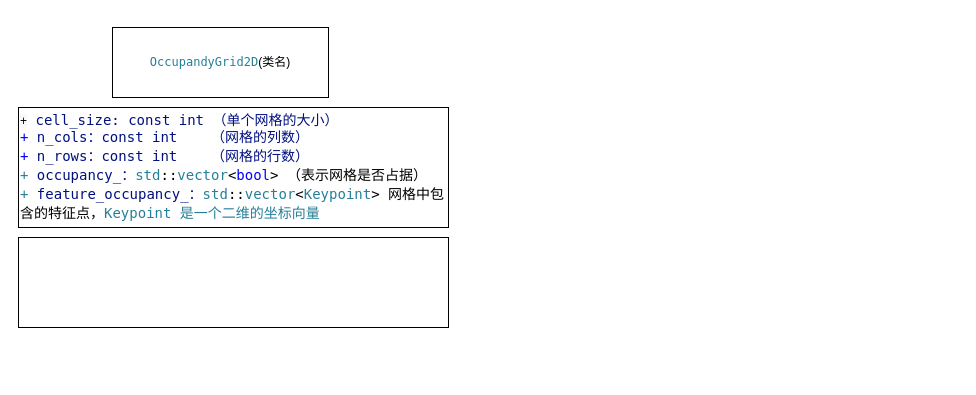
This is feature.drawio from Peter1qaz2wsx/flow_chart-, a draw.io file, before an edit. Source tidied: cells renumbered, new cells numbered last; positions are measured from the earlier drawing's top-left corner, leaving out a move shared by most shapes. Both pictures are drawn from the tidied source at 100%, with x=0, y=0 at pixel (18, 27).
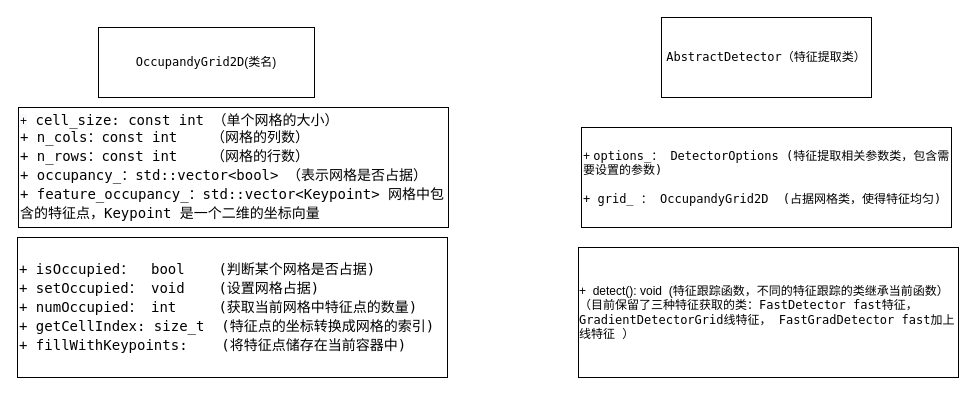
After the change.

Diff of the diagram source:
```diff
@@
 <mxGraphModel>
   <root>
     <mxCell id="0" />
     <mxCell id="1" parent="0" />
-    <mxCell id="2" value="&lt;font style=&quot;font-size: 12px;&quot;&gt;&lt;span style=&quot;color: rgb(38, 127, 153); background-color: rgb(255, 255, 255); font-family: &amp;quot;Droid Sans Mono&amp;quot;, &amp;quot;monospace&amp;quot;, monospace, &amp;quot;Droid Sans Fallback&amp;quot;;&quot;&gt;OccupandyGrid2D&lt;/span&gt;(类名)&lt;/font&gt;" style="rounded=0;whiteSpace=wrap;html=1;" parent="1" vertex="1">
-      <mxGeometry x="94" width="216" height="70" as="geometry" />
+    <mxCell id="2" value="&lt;font style=&quot;font-size: 12px;&quot;&gt;&lt;span style=&quot;background-color: rgb(255, 255, 255); font-family: &amp;quot;Droid Sans Mono&amp;quot;, &amp;quot;monospace&amp;quot;, monospace, &amp;quot;Droid Sans Fallback&amp;quot;;&quot;&gt;OccupandyGrid2D&lt;/span&gt;(类名)&lt;/font&gt;" style="rounded=0;whiteSpace=wrap;html=1;" parent="1" vertex="1">
+      <mxGeometry x="80" width="216" height="70" as="geometry" />
     </mxCell>
-    <mxCell id="3" value="&lt;div style=&quot;&quot;&gt;&lt;span style=&quot;background-color: rgb(248, 249, 250);&quot;&gt;+&lt;/span&gt;&lt;span style=&quot;background-color: rgb(255, 255, 255); font-family: &amp;quot;Droid Sans Mono&amp;quot;, &amp;quot;monospace&amp;quot;, monospace, &amp;quot;Droid Sans Fallback&amp;quot;; font-size: 14px;&quot;&gt;&amp;nbsp;&lt;/span&gt;&lt;span style=&quot;background-color: rgb(255, 255, 255); font-family: &amp;quot;Droid Sans Mono&amp;quot;, &amp;quot;monospace&amp;quot;, monospace, &amp;quot;Droid Sans Fallback&amp;quot;; font-size: 14px; color: rgb(0, 16, 128);&quot;&gt;cell_size: const int （单个网格的大小）&amp;nbsp;&lt;/span&gt;&lt;span style=&quot;background-color: rgb(255, 255, 255); font-family: &amp;quot;Droid Sans Mono&amp;quot;, &amp;quot;monospace&amp;quot;, monospace, &amp;quot;Droid Sans Fallback&amp;quot;; font-size: 14px;&quot;&gt;&amp;nbsp;&lt;/span&gt;&lt;/div&gt;&lt;div style=&quot;background-color: rgb(255, 255, 255); font-family: &amp;quot;Droid Sans Mono&amp;quot;, &amp;quot;monospace&amp;quot;, monospace, &amp;quot;Droid Sans Fallback&amp;quot;; font-size: 14px; line-height: 19px;&quot;&gt;&lt;div&gt;&lt;span style=&quot;color: #0000ff;&quot;&gt;+&amp;nbsp;&lt;/span&gt;&lt;span style=&quot;color: #001080;&quot;&gt;n_cols：&lt;/span&gt;&lt;span style=&quot;color: rgb(0, 16, 128);&quot;&gt;const int&amp;nbsp; &amp;nbsp; &lt;/span&gt;&lt;span style=&quot;color: rgb(0, 16, 128);&quot;&gt;（网格的列数）&amp;nbsp;&lt;/span&gt;&lt;/div&gt;&lt;div&gt;&lt;span style=&quot;color: #0000ff;&quot;&gt;+ &lt;/span&gt;&lt;span style=&quot;color: #001080;&quot;&gt;n_rows：&lt;/span&gt;&lt;span style=&quot;color: rgb(0, 16, 128);&quot;&gt;const int&amp;nbsp; &amp;nbsp;&amp;nbsp;&lt;/span&gt;&lt;span style=&quot;color: rgb(0, 16, 128);&quot;&gt;（网格的行数）&amp;nbsp;&lt;/span&gt;&lt;/div&gt;&lt;div&gt;&lt;span style=&quot;color: #267f99;&quot;&gt;+&amp;nbsp;&lt;/span&gt;&lt;span style=&quot;color: #001080;&quot;&gt;occupancy_：&lt;/span&gt;&lt;span style=&quot;color: rgb(38, 127, 153);&quot;&gt;std&lt;/span&gt;&lt;span style=&quot;&quot;&gt;::&lt;/span&gt;&lt;span style=&quot;color: rgb(38, 127, 153);&quot;&gt;vector&lt;/span&gt;&lt;span style=&quot;&quot;&gt;&amp;lt;&lt;/span&gt;&lt;span style=&quot;color: rgb(0, 0, 255);&quot;&gt;bool&lt;/span&gt;&lt;span style=&quot;&quot;&gt;&amp;gt; （表示网格是否占据）&lt;/span&gt;&lt;/div&gt;&lt;div&gt;&lt;span style=&quot;color: #267f99;&quot;&gt;+&amp;nbsp;&lt;/span&gt;&lt;span style=&quot;color: #001080;&quot;&gt;feature_occupancy_：&lt;/span&gt;&lt;span style=&quot;color: rgb(38, 127, 153);&quot;&gt;std&lt;/span&gt;&lt;span style=&quot;&quot;&gt;::&lt;/span&gt;&lt;span style=&quot;color: rgb(38, 127, 153);&quot;&gt;vector&lt;/span&gt;&lt;span style=&quot;&quot;&gt;&amp;lt;&lt;/span&gt;&lt;span style=&quot;color: rgb(38, 127, 153);&quot;&gt;Keypoint&lt;/span&gt;&lt;span style=&quot;&quot;&gt;&amp;gt; 网格中包&lt;span style=&quot;&quot;&gt; &lt;/span&gt;&lt;span style=&quot;&quot;&gt; &lt;/span&gt;&lt;span style=&quot;&quot;&gt; &lt;/span&gt;含的特征点，&lt;/span&gt;&lt;span style=&quot;color: rgb(38, 127, 153);&quot;&gt;Keypoint 是一个二维的坐标向量&lt;/span&gt;&lt;/div&gt;&lt;/div&gt;" style="rounded=0;whiteSpace=wrap;html=1;align=left;" parent="1" vertex="1">
+    <mxCell id="3" value="&lt;div style=&quot;&quot;&gt;&lt;span style=&quot;background-color: rgb(248, 249, 250);&quot;&gt;+&lt;/span&gt;&lt;span style=&quot;background-color: rgb(255, 255, 255); font-family: &amp;quot;Droid Sans Mono&amp;quot;, &amp;quot;monospace&amp;quot;, monospace, &amp;quot;Droid Sans Fallback&amp;quot;; font-size: 14px;&quot;&gt;&amp;nbsp;&lt;/span&gt;&lt;span style=&quot;background-color: rgb(255, 255, 255); font-family: &amp;quot;Droid Sans Mono&amp;quot;, &amp;quot;monospace&amp;quot;, monospace, &amp;quot;Droid Sans Fallback&amp;quot;; font-size: 14px;&quot;&gt;cell_size: const int （单个网格的大小）&amp;nbsp;&lt;/span&gt;&lt;span style=&quot;background-color: rgb(255, 255, 255); font-family: &amp;quot;Droid Sans Mono&amp;quot;, &amp;quot;monospace&amp;quot;, monospace, &amp;quot;Droid Sans Fallback&amp;quot;; font-size: 14px;&quot;&gt;&amp;nbsp;&lt;/span&gt;&lt;/div&gt;&lt;div style=&quot;background-color: rgb(255, 255, 255); font-family: &amp;quot;Droid Sans Mono&amp;quot;, &amp;quot;monospace&amp;quot;, monospace, &amp;quot;Droid Sans Fallback&amp;quot;; font-size: 14px; line-height: 19px;&quot;&gt;&lt;div&gt;+&amp;nbsp;n_cols：const int&amp;nbsp; &amp;nbsp; （网格的列数）&amp;nbsp;&lt;/div&gt;&lt;div&gt;+ n_rows：const int&amp;nbsp; &amp;nbsp;&amp;nbsp;（网格的行数）&amp;nbsp;&lt;/div&gt;&lt;div&gt;+&amp;nbsp;occupancy_：std&lt;span style=&quot;&quot;&gt;::&lt;/span&gt;vector&lt;span style=&quot;&quot;&gt;&amp;lt;&lt;/span&gt;bool&lt;span style=&quot;&quot;&gt;&amp;gt; （表示网格是否占据）&lt;/span&gt;&lt;/div&gt;&lt;div&gt;+&amp;nbsp;feature_occupancy_：std&lt;span style=&quot;&quot;&gt;::&lt;/span&gt;vector&lt;span style=&quot;&quot;&gt;&amp;lt;&lt;/span&gt;Keypoint&lt;span style=&quot;&quot;&gt;&amp;gt; 网格中包&lt;span style=&quot;&quot;&gt; &lt;/span&gt;&lt;span style=&quot;&quot;&gt; &lt;/span&gt;&lt;span style=&quot;&quot;&gt; &lt;/span&gt;含的特征点，&lt;/span&gt;Keypoint 是一个二维的坐标向量&lt;/div&gt;&lt;/div&gt;" style="rounded=0;whiteSpace=wrap;html=1;align=left;" parent="1" vertex="1">
       <mxGeometry y="80" width="430" height="120" as="geometry" />
     </mxCell>
-    <mxCell id="4" style="rounded=0;whiteSpace=wrap;html=1;" parent="1" vertex="1">
-      <mxGeometry y="210" width="430" height="90" as="geometry" />
+    <mxCell id="4" value="&lt;div style=&quot;background-color: rgb(255, 255, 255); font-family: &amp;quot;Droid Sans Mono&amp;quot;, &amp;quot;monospace&amp;quot;, monospace, &amp;quot;Droid Sans Fallback&amp;quot;; font-size: 14px; line-height: 19px;&quot;&gt;+ isOccupied：&amp;nbsp; bool&amp;nbsp; &amp;nbsp; (判断某个网格是否占据)&lt;/div&gt;&lt;div style=&quot;background-color: rgb(255, 255, 255); font-family: &amp;quot;Droid Sans Mono&amp;quot;, &amp;quot;monospace&amp;quot;, monospace, &amp;quot;Droid Sans Fallback&amp;quot;; font-size: 14px; line-height: 19px;&quot;&gt;&lt;div style=&quot;line-height: 19px;&quot;&gt;+ setOccupied： void&amp;nbsp; &amp;nbsp; (设置网格占据)&lt;/div&gt;&lt;div style=&quot;line-height: 19px;&quot;&gt;&lt;div style=&quot;line-height: 19px;&quot;&gt;+ numOccupied： int&amp;nbsp; &amp;nbsp; &amp;nbsp;(获取当前网格中特征点的数量)&lt;/div&gt;&lt;div style=&quot;line-height: 19px;&quot;&gt;&lt;div style=&quot;line-height: 19px;&quot;&gt;+ getCellIndex:&amp;nbsp;size_t&amp;nbsp; (特征点的坐标转换成网格的索引)&lt;/div&gt;&lt;div style=&quot;line-height: 19px;&quot;&gt;&lt;div style=&quot;line-height: 19px;&quot;&gt;+ fillWithKeypoints:&amp;nbsp; &amp;nbsp; (将特征点储存在当前容器中)&lt;/div&gt;&lt;/div&gt;&lt;/div&gt;&lt;/div&gt;&lt;/div&gt;" style="rounded=0;whiteSpace=wrap;html=1;align=left;" parent="1" vertex="1">
+      <mxGeometry x="-1" y="210" width="430" height="140" as="geometry" />
     </mxCell>
+    <mxCell id="5" value="&lt;div style=&quot;background-color: rgb(255, 255, 255); font-family: &amp;quot;Droid Sans Mono&amp;quot;, &amp;quot;monospace&amp;quot;, monospace, &amp;quot;Droid Sans Fallback&amp;quot;; line-height: 19px;&quot;&gt;&lt;font style=&quot;font-size: 12px;&quot;&gt;AbstractDetector（特征提取类）&lt;/font&gt;&lt;/div&gt;" style="rounded=0;whiteSpace=wrap;html=1;fontSize=12;fontColor=#000000;" parent="1" vertex="1">
+      <mxGeometry x="643" y="-10" width="210" height="80" as="geometry" />
+    </mxCell>
+    <mxCell id="6" value="&lt;font style=&quot;font-size: 12px;&quot;&gt;+&amp;nbsp;&lt;span style=&quot;background-color: rgb(255, 255, 255); font-family: &amp;quot;Droid Sans Mono&amp;quot;, &amp;quot;monospace&amp;quot;, monospace, &amp;quot;Droid Sans Fallback&amp;quot;;&quot;&gt;options_：&amp;nbsp;&lt;/span&gt;&lt;span style=&quot;background-color: rgb(255, 255, 255); font-family: &amp;quot;Droid Sans Mono&amp;quot;, &amp;quot;monospace&amp;quot;, monospace, &amp;quot;Droid Sans Fallback&amp;quot;;&quot;&gt;DetectorOptions (特征提取相关参数类，包含需要设置的参数)&lt;/span&gt;&lt;span style=&quot;background-color: rgb(255, 255, 255); font-family: &amp;quot;Droid Sans Mono&amp;quot;, &amp;quot;monospace&amp;quot;, monospace, &amp;quot;Droid Sans Fallback&amp;quot;;&quot;&gt;&lt;br&gt;&lt;/span&gt;&lt;span style=&quot;background-color: rgb(255, 255, 255); font-family: &amp;quot;Droid Sans Mono&amp;quot;, &amp;quot;monospace&amp;quot;, monospace, &amp;quot;Droid Sans Fallback&amp;quot;;&quot;&gt;&lt;br&gt;+&amp;nbsp;&lt;/span&gt;&lt;span style=&quot;background-color: rgb(255, 255, 255); font-family: &amp;quot;Droid Sans Mono&amp;quot;, &amp;quot;monospace&amp;quot;, monospace, &amp;quot;Droid Sans Fallback&amp;quot;;&quot;&gt;grid_ ：&amp;nbsp;&lt;/span&gt;&lt;span style=&quot;text-align: center; background-color: rgb(255, 255, 255); font-family: &amp;quot;Droid Sans Mono&amp;quot;, &amp;quot;monospace&amp;quot;, monospace, &amp;quot;Droid Sans Fallback&amp;quot;;&quot;&gt;OccupandyGrid2D&amp;nbsp; (占据网格类，使得特征均匀)&lt;/span&gt;&lt;/font&gt;" style="rounded=0;whiteSpace=wrap;html=1;fontSize=12;fontColor=#000000;align=left;" parent="1" vertex="1">
+      <mxGeometry x="563" y="100" width="370" height="100" as="geometry" />
+    </mxCell>
+    <mxCell id="7" value="&lt;div style=&quot;text-align: left;&quot;&gt;&lt;span style=&quot;background-color: initial;&quot;&gt;&lt;font style=&quot;font-size: 12px;&quot;&gt;+&amp;nbsp; detect(): void&amp;nbsp; (特征跟踪函数，不同的特征跟踪的类继承当前函数）&lt;/font&gt;&lt;/span&gt;&lt;/div&gt;&lt;div style=&quot;text-align: left;&quot;&gt;&lt;font style=&quot;font-size: 12px;&quot;&gt;&lt;span style=&quot;background-color: initial;&quot;&gt;（目前保留了三种特征获取的类：&lt;/span&gt;&lt;span style=&quot;background-color: rgb(255, 255, 255); font-family: &amp;quot;Droid Sans Mono&amp;quot;, &amp;quot;monospace&amp;quot;, monospace, &amp;quot;Droid Sans Fallback&amp;quot;; text-align: center;&quot;&gt;FastDetector fast特征，&lt;/span&gt;&lt;span style=&quot;background-color: rgb(255, 255, 255); font-family: &amp;quot;Droid Sans Mono&amp;quot;, &amp;quot;monospace&amp;quot;, monospace, &amp;quot;Droid Sans Fallback&amp;quot;; text-align: center;&quot;&gt;GradientDetectorGrid线特征，&amp;nbsp;&lt;/span&gt;&lt;span style=&quot;background-color: rgb(255, 255, 255); font-family: &amp;quot;Droid Sans Mono&amp;quot;, &amp;quot;monospace&amp;quot;, monospace, &amp;quot;Droid Sans Fallback&amp;quot;; text-align: center;&quot;&gt;FastGradDetector fast加上线特征&amp;nbsp;&lt;/span&gt;&lt;span style=&quot;background-color: initial;&quot;&gt;）&lt;/span&gt;&lt;/font&gt;&lt;/div&gt;" style="rounded=0;whiteSpace=wrap;html=1;fontSize=12;fontColor=#000000;" parent="1" vertex="1">
+      <mxGeometry x="560" y="220" width="380" height="130" as="geometry" />
+    </mxCell>
   </root>
 </mxGraphModel>
```
